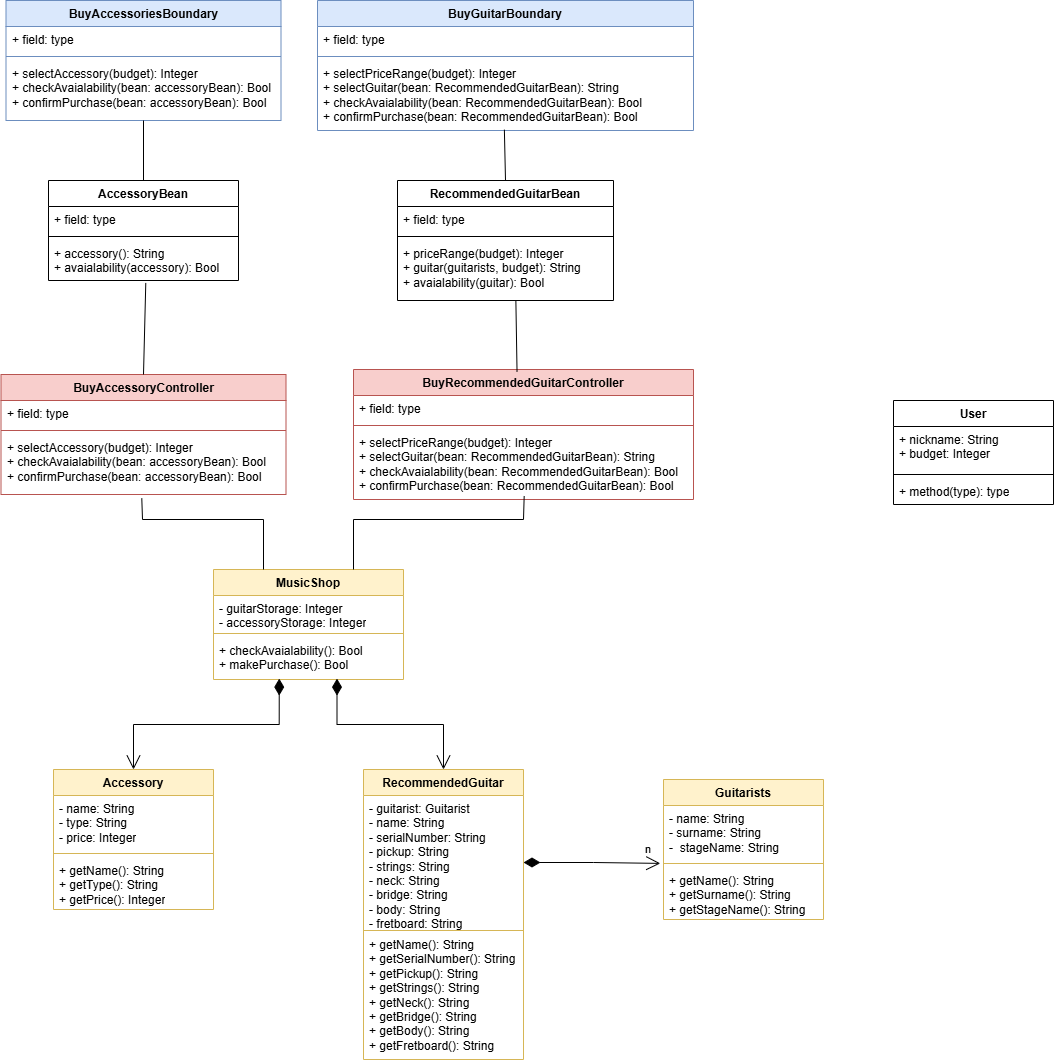
Before: diagrams/BCEM.drawio.png, a diagram exported from draw.io (TizianoLilli/ISPW-Project). Source tidied: cells renumbered, new cells last; positions are measured from the earlier drawing's top-left corner, leaving out a move shared by most shapes.
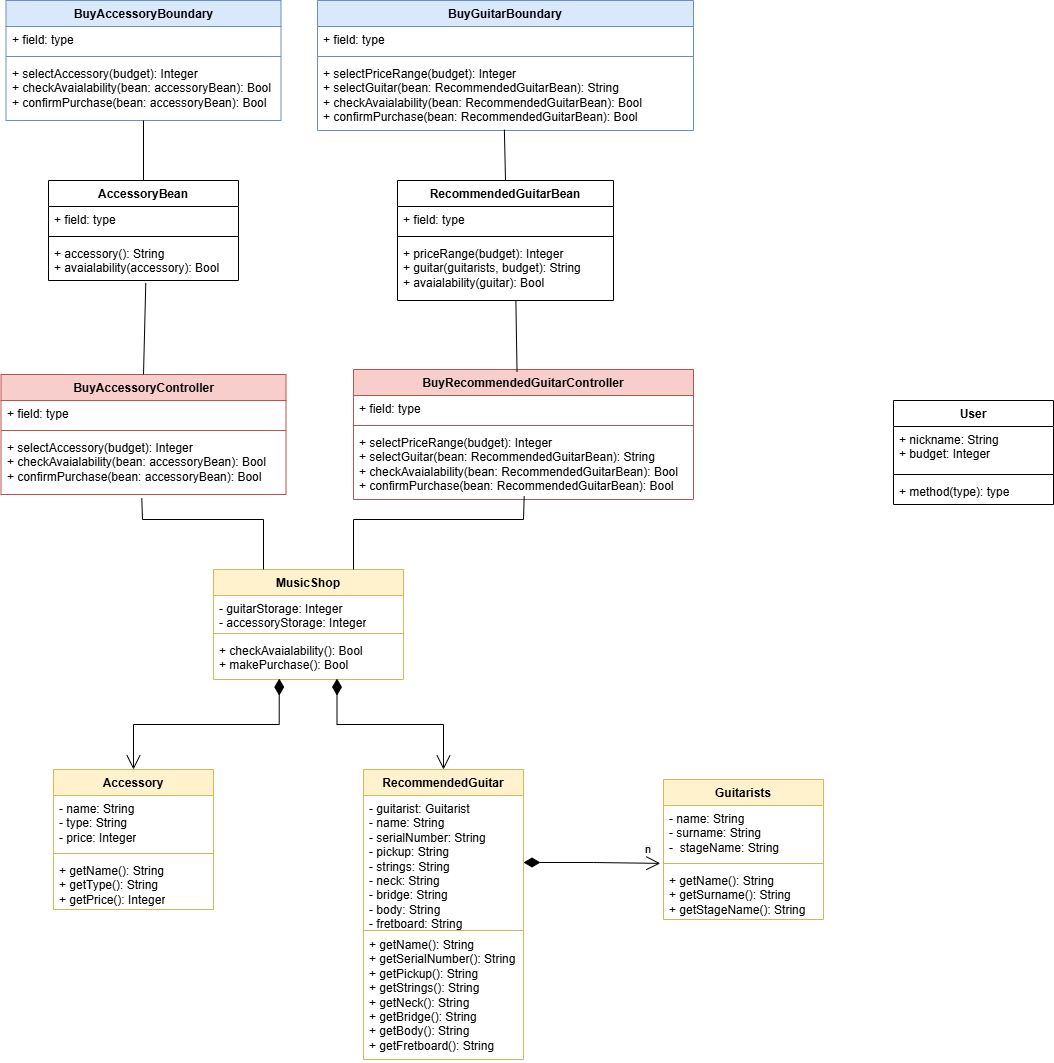
After the change.

What changed in the source:
```diff
@@ -101,7 +101,7 @@
     <mxCell id="34" value="+ selectAccessory(budget): Integer&lt;div&gt;+ checkAvaialability(bean: accessoryBean): Bool&lt;/div&gt;&lt;div&gt;+ confirmPurchase(bean: accessoryBean): Bool&lt;/div&gt;" style="text;strokeColor=none;fillColor=none;align=left;verticalAlign=top;spacingLeft=4;spacingRight=4;overflow=hidden;points=[[0,0.5],[1,0.5]];portConstraint=eastwest;whiteSpace=wrap;html=1;" parent="31" vertex="1">
       <mxGeometry y="60" width="285" height="60" as="geometry" />
     </mxCell>
-    <mxCell id="35" value="BuyAccessoriesBoundary" style="swimlane;fontStyle=1;align=center;verticalAlign=top;horizontal=1;startSize=26;whiteSpace=wrap;html=1;fillColor=#dae8fc;strokeColor=#6c8ebf;" parent="1" vertex="1">
+    <mxCell id="35" value="BuyAccessoryBoundary" style="swimlane;fontStyle=1;align=center;verticalAlign=top;horizontal=1;startSize=26;whiteSpace=wrap;html=1;fillColor=#dae8fc;strokeColor=#6c8ebf;" parent="1" vertex="1">
       <mxGeometry x="4.5" width="275" height="120" as="geometry" />
     </mxCell>
     <mxCell id="36" value="+ field: type" style="text;strokeColor=none;fillColor=none;align=left;verticalAlign=top;spacingLeft=4;spacingRight=4;overflow=hidden;whiteSpace=wrap;html=1;" parent="35" vertex="1">
```
